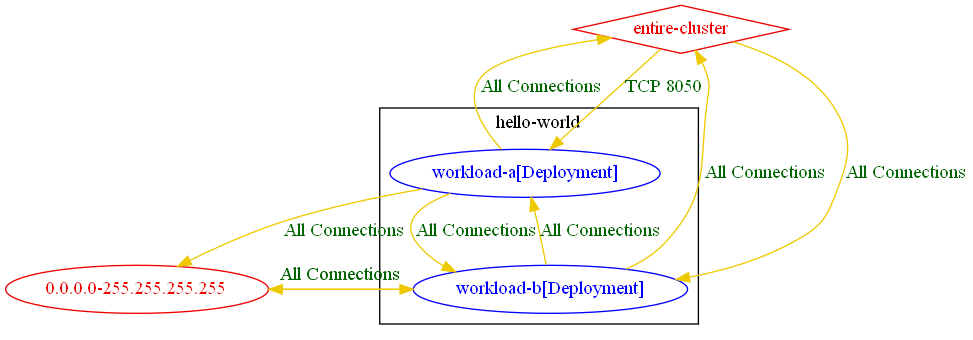
This is test_outputs/connlist/exposure_test_matched_and_unmatched_rules_connlist_output.dot.png from np-guard/netpol-analyzer, a Graphviz export, as it was before one commit. Its source is kept beside it as test_outputs/connlist/exposure_test_matched_and_unmatched_rules_connlist_output.dot.
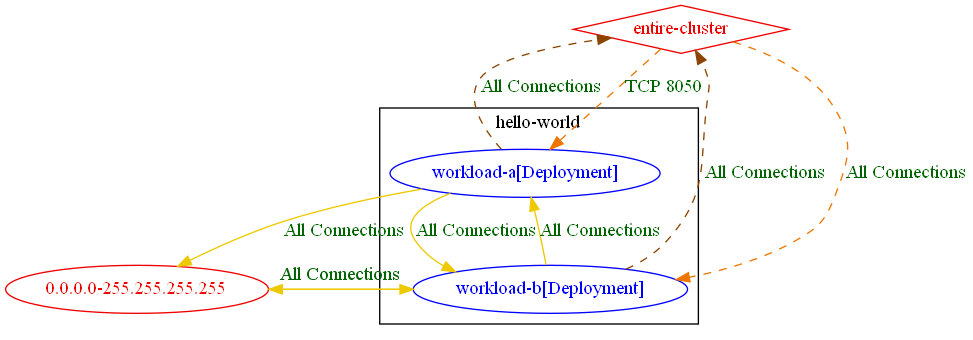
Later version of the same file.

The edit, as a diff of the source:
```diff
@@ -9,12 +9,12 @@
 	"0.0.0.0-255.255.255.255" [label="0.0.0.0-255.255.255.255" color="red2" fontcolor="red2"]
 	"entire-cluster" [label="entire-cluster" color="red2" fontcolor="red2" shape=diamond]
 	"0.0.0.0-255.255.255.255" -> "hello-world/workload-b[Deployment]" [label="All Connections" color="gold2" fontcolor="darkgreen"]
-	"entire-cluster" -> "hello-world/workload-a[Deployment]" [label="TCP 8050" color="gold2" fontcolor="darkgreen" weight=1]
-	"entire-cluster" -> "hello-world/workload-b[Deployment]" [label="All Connections" color="gold2" fontcolor="darkgreen" weight=1]
+	"entire-cluster" -> "hello-world/workload-a[Deployment]" [label="TCP 8050" color="darkorange2" fontcolor="darkgreen" weight=1 style=dashed]
+	"entire-cluster" -> "hello-world/workload-b[Deployment]" [label="All Connections" color="darkorange2" fontcolor="darkgreen" weight=1 style=dashed]
 	"hello-world/workload-a[Deployment]" -> "0.0.0.0-255.255.255.255" [label="All Connections" color="gold2" fontcolor="darkgreen"]
-	"hello-world/workload-a[Deployment]" -> "entire-cluster" [label="All Connections" color="gold2" fontcolor="darkgreen" weight=0.5]
+	"hello-world/workload-a[Deployment]" -> "entire-cluster" [label="All Connections" color="darkorange4" fontcolor="darkgreen" weight=0.5 style=dashed]
 	"hello-world/workload-a[Deployment]" -> "hello-world/workload-b[Deployment]" [label="All Connections" color="gold2" fontcolor="darkgreen"]
 	"hello-world/workload-b[Deployment]" -> "0.0.0.0-255.255.255.255" [label="All Connections" color="gold2" fontcolor="darkgreen"]
-	"hello-world/workload-b[Deployment]" -> "entire-cluster" [label="All Connections" color="gold2" fontcolor="darkgreen" weight=0.5]
+	"hello-world/workload-b[Deployment]" -> "entire-cluster" [label="All Connections" color="darkorange4" fontcolor="darkgreen" weight=0.5 style=dashed]
 	"hello-world/workload-b[Deployment]" -> "hello-world/workload-a[Deployment]" [label="All Connections" color="gold2" fontcolor="darkgreen"]
 }
```
